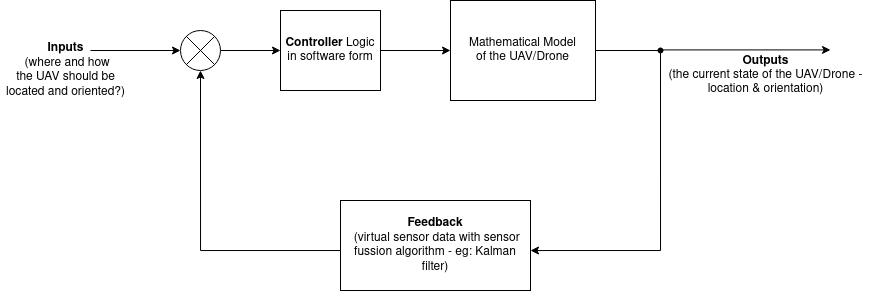
Before: SITL.png, a diagram exported from draw.io (anwarendo/drawings). Source tidied: cells renumbered, new cells last; positions are measured from the earlier drawing's top-left corner, leaving out a move shared by most shapes.
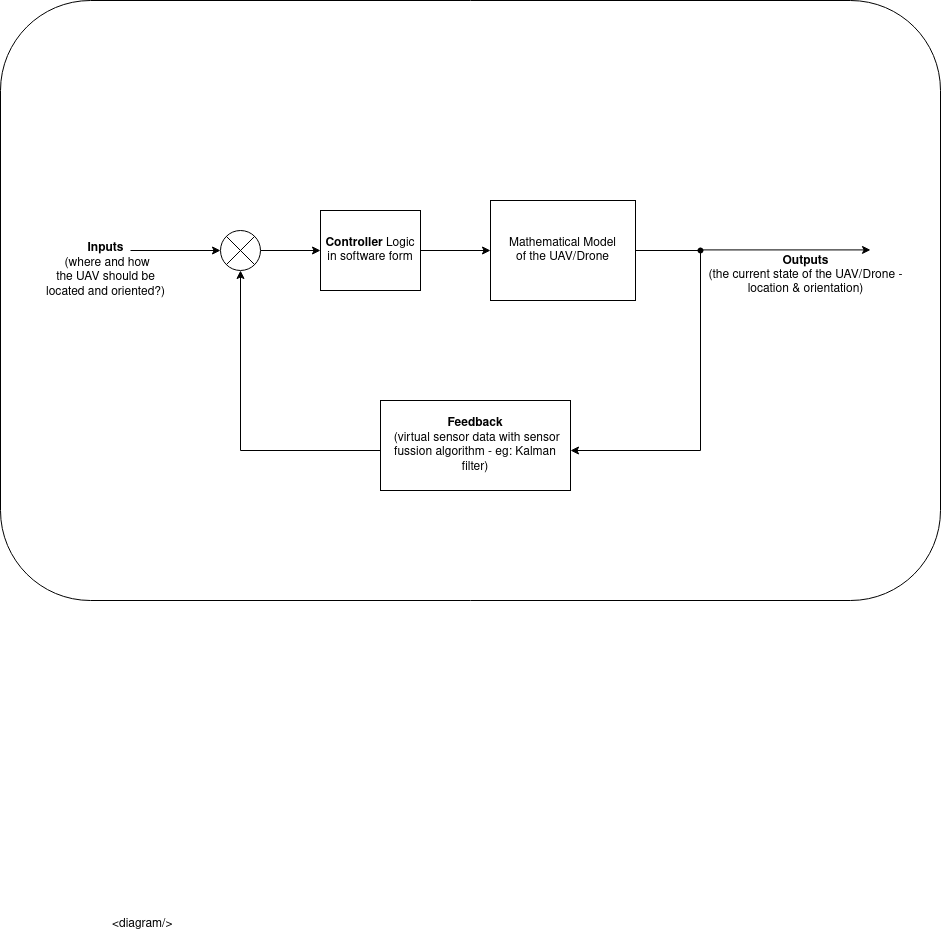
The same file after the commit.

Diff of the diagram source:
```diff
@@ -2,6 +2,9 @@
   <root>
     <mxCell id="0" />
     <mxCell id="1" parent="0" />
+    <mxCell id="16" style="rounded=1;whiteSpace=wrap;html=1;" parent="1" vertex="1">
+      <mxGeometry x="-40" y="-200" width="940" height="600" as="geometry" />
+    </mxCell>
     <mxCell id="2" style="edgeStyle=orthogonalEdgeStyle;rounded=0;jettySize=auto;html=1;exitX=1;exitY=0.5;exitDx=0;exitDy=0;" parent="1" edge="1" source="8" target="5">
       <mxGeometry relative="1" as="geometry" />
     </mxCell>
@@ -61,5 +64,8 @@
     <mxCell id="15" value="&lt;div&gt;&lt;b&gt;Outputs&lt;/b&gt; &lt;br&gt;&lt;/div&gt;&lt;div&gt;(the current state of the UAV/Drone - &lt;br&gt;&lt;/div&gt;&lt;div&gt;location &amp;amp; orientation)&lt;br&gt;&lt;/div&gt;" style="text;html=1;align=center;verticalAlign=middle;strokeColor=none;fillColor=none;" parent="1" vertex="1">
       <mxGeometry x="660" y="50" width="210" height="50" as="geometry" />
     </mxCell>
+    <mxCell id="17" value="&amp;lt;diagram/&amp;gt;" style="text;whiteSpace=wrap;html=1;" parent="1" vertex="1">
+      <mxGeometry x="70" y="710" width="90" height="30" as="geometry" />
+    </mxCell>
   </root>
 </mxGraphModel>
```
